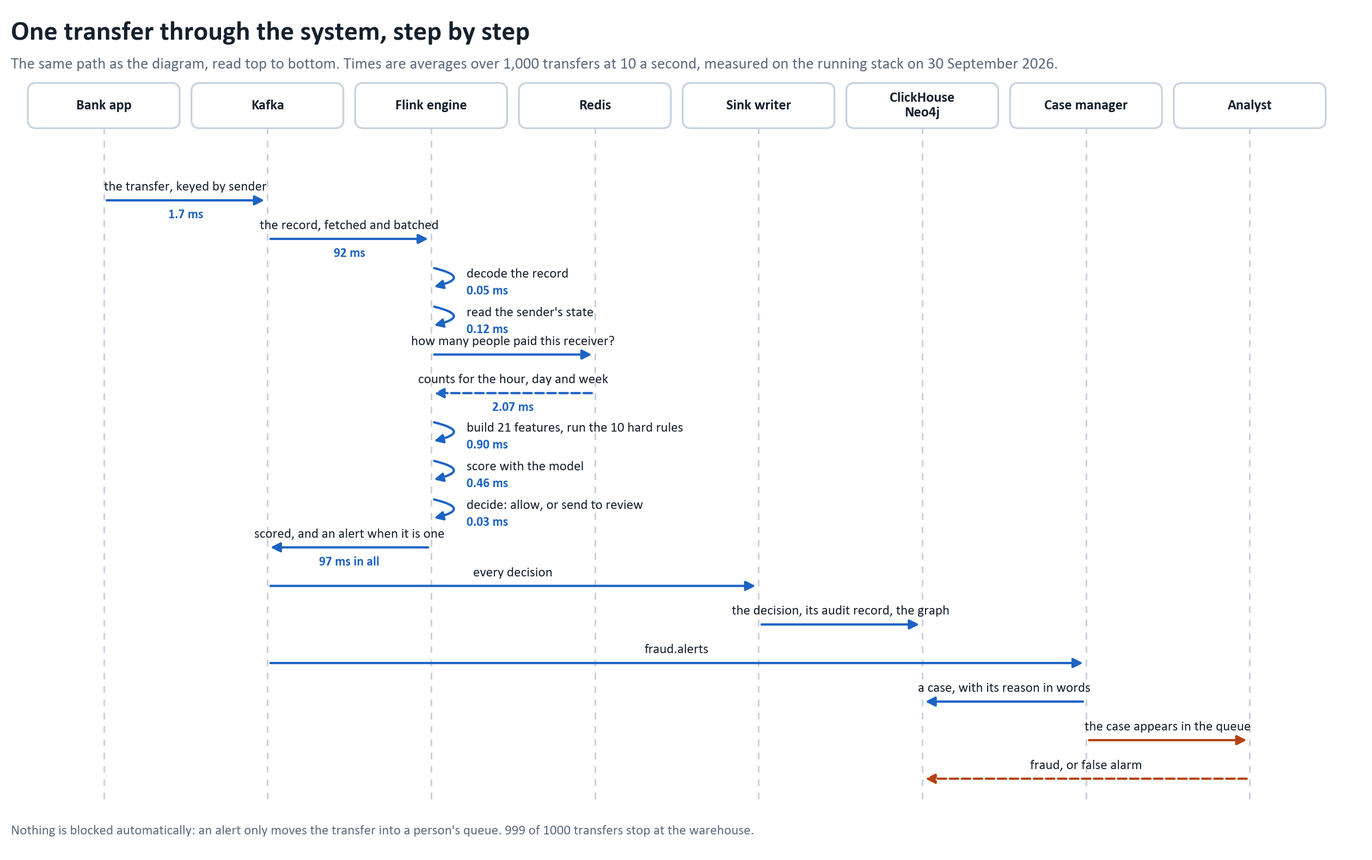
avazahmedov95/fraud-detection keeps this Mermaid diagram as docs/pipeline_sequence.png. Above is the earlier version. Its source is kept beside it as docs/pipeline_sequence.mmd.
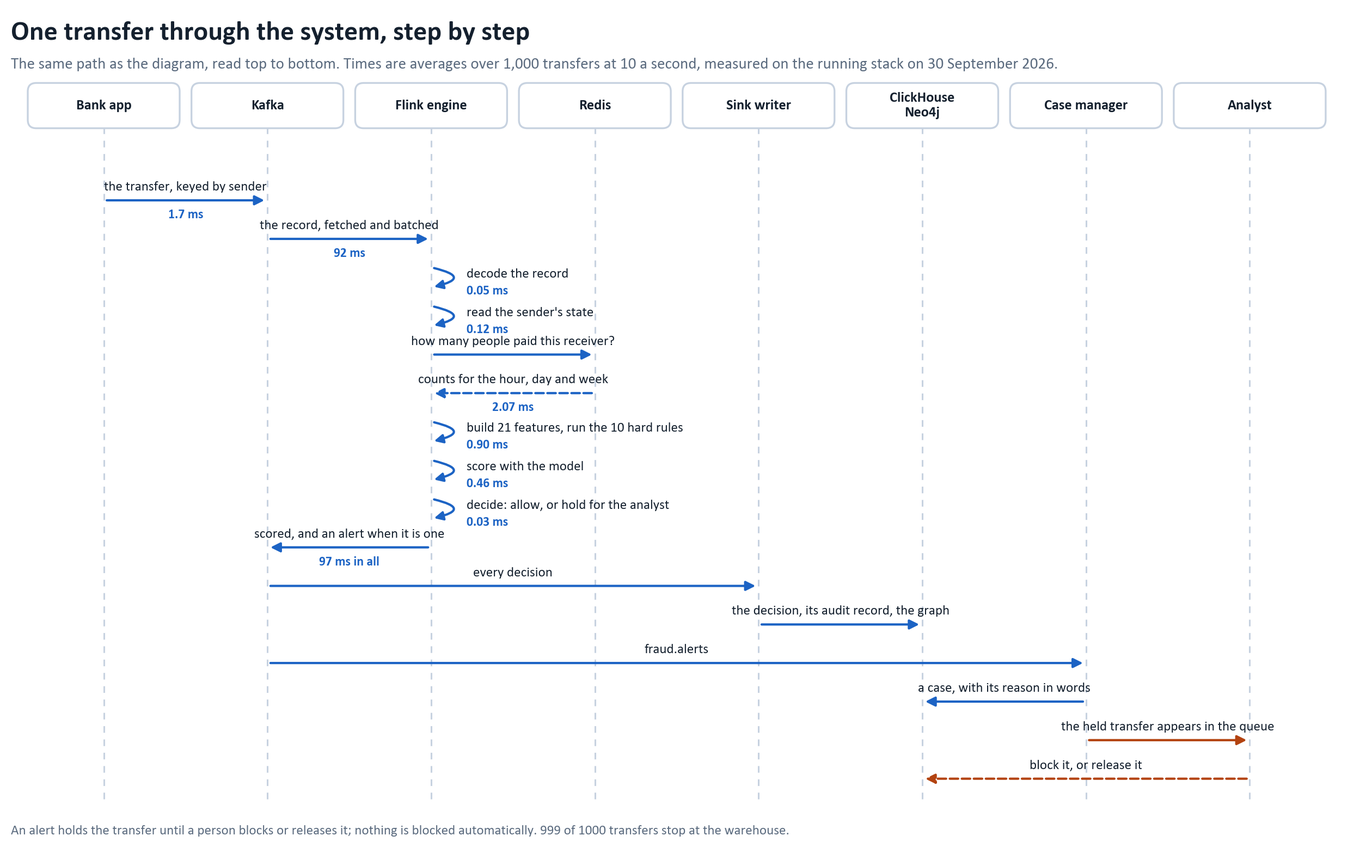
The same file after the commit.

What changed in the source:
```diff
@@ -19,11 +19,11 @@
     Redis-->>Flink: counts for the hour, day and week (2.07 ms)
     Flink->>Flink: build 21 features, run the 10 hard rules (0.90 ms)
     Flink->>Flink: score with the model (0.46 ms)
-    Flink->>Flink: decide: allow or review (0.03 ms)
+    Flink->>Flink: decide: allow or hold (0.03 ms)
     Flink->>Kafka: transactions.scored, and fraud.alerts when it is an alert (97 ms in all)
     Kafka->>Sink: every decision
     Sink->>DB: the decision, its audit record, and alerts into the graph
     Kafka->>Case: fraud.alerts
     Case->>DB: open a case, with its reason in words
-    Case->>Analyst: the case appears in the queue
-    Analyst->>DB: fraud, or false alarm
+    Case->>Analyst: the held transfer appears in the queue
+    Analyst->>DB: block it, or release it
```
